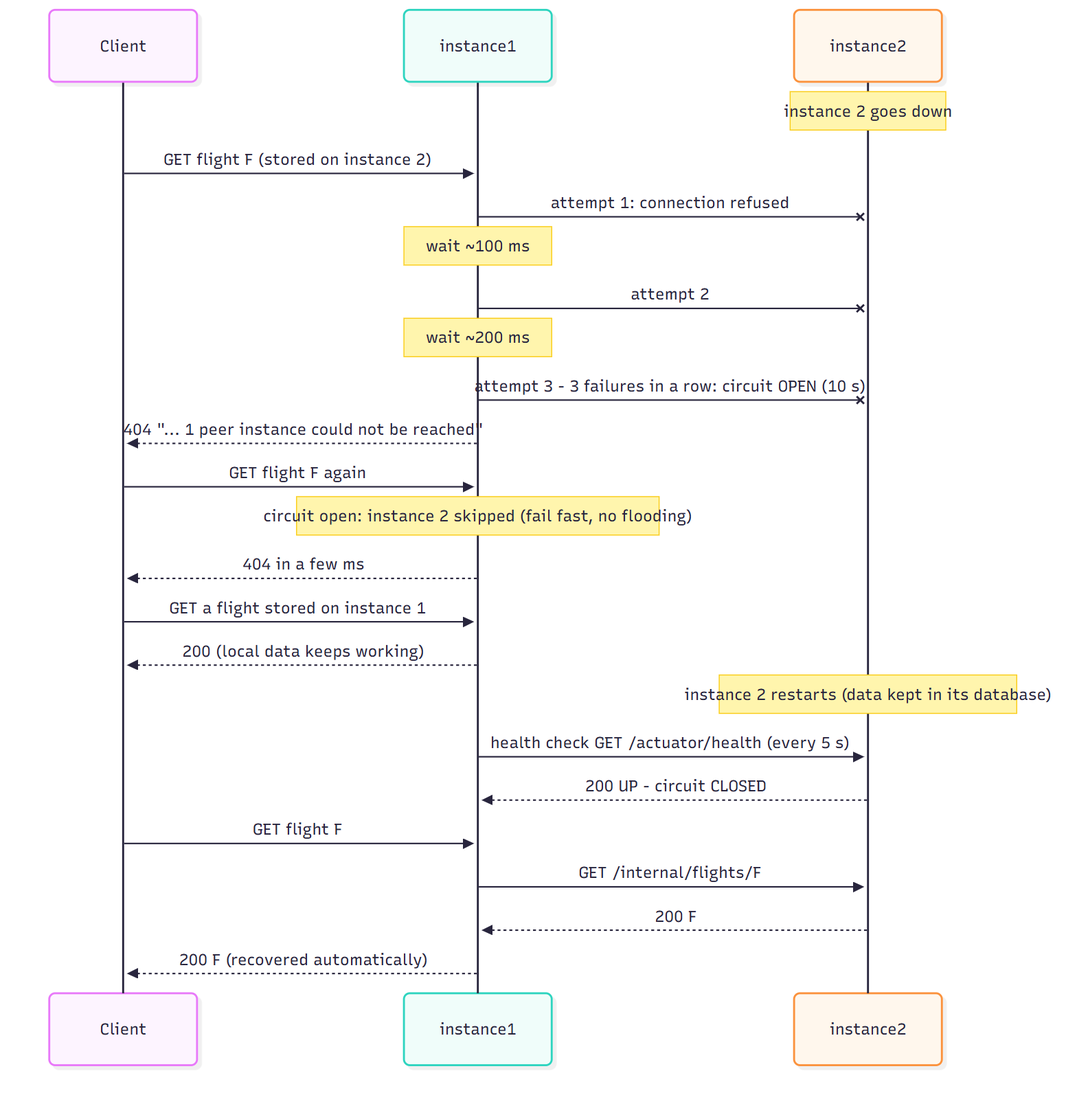
This is docs/diagrams/4-failure-and-recovery.png from ImJay1527/flight-operations-service, a Mermaid export, as it was before one commit. Its source is kept beside it as docs/diagrams/4-failure-and-recovery.mmd.
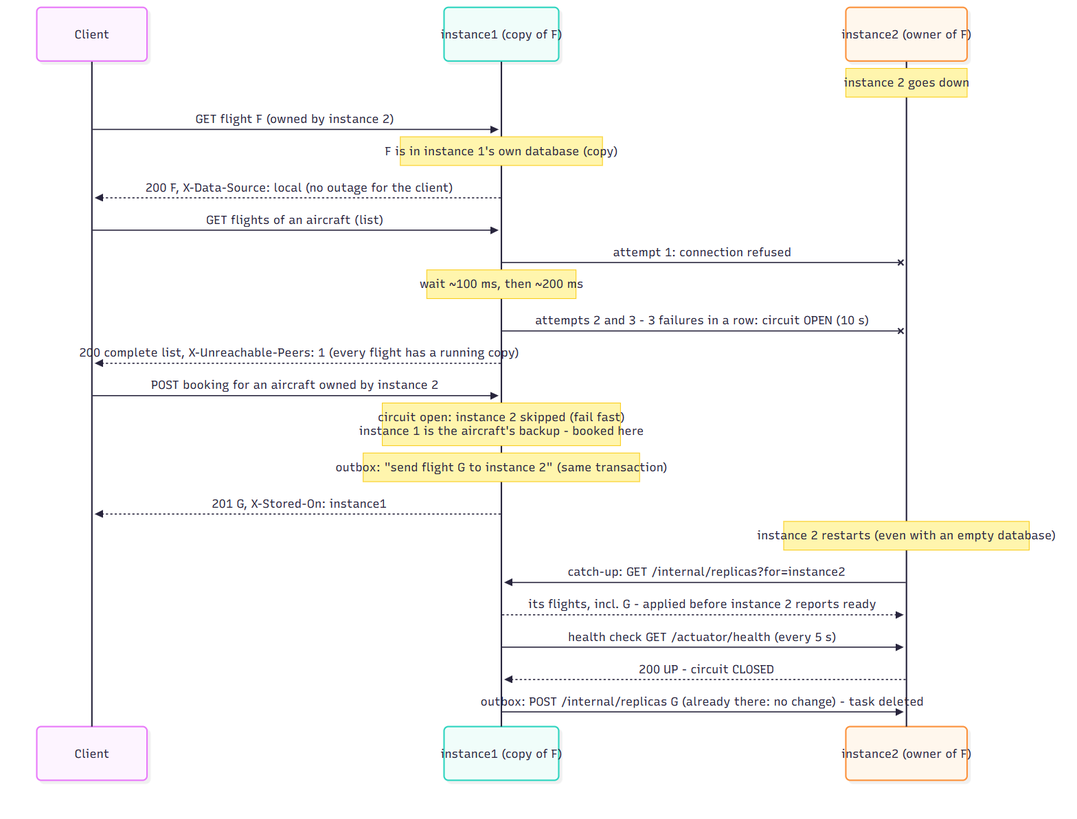
After the commit.

Change to the diagram source:
```diff
@@ -1,25 +1,24 @@
 sequenceDiagram
     participant C as Client
-    participant I1 as instance1
-    participant I2 as instance2
+    participant I1 as instance1 (copy of F)
+    participant I2 as instance2 (owner of F)
 
     Note over I2: instance 2 goes down
-    C->>I1: GET flight F (stored on instance 2)
+    C->>I1: GET flight F (owned by instance 2)
+    Note over I1: F is in instance 1's own database (copy)
+    I1-->>C: 200 F, X-Data-Source: local (no outage for the client)
+    C->>I1: GET flights of an aircraft (list)
     I1-xI2: attempt 1: connection refused
-    Note over I1: wait ~100 ms
-    I1-xI2: attempt 2
-    Note over I1: wait ~200 ms
-    I1-xI2: attempt 3 - 3 failures in a row: circuit OPEN (10 s)
-    I1-->>C: 404 "... 1 peer instance could not be reached"
-    C->>I1: GET flight F again
-    Note over I1: circuit open: instance 2 skipped (fail fast, no flooding)
-    I1-->>C: 404 in a few ms
-    C->>I1: GET a flight stored on instance 1
-    I1-->>C: 200 (local data keeps working)
-    Note over I2: instance 2 restarts (data kept in its database)
+    Note over I1: wait ~100 ms, then ~200 ms
+    I1-xI2: attempts 2 and 3 - 3 failures in a row: circuit OPEN (10 s)
+    I1-->>C: 200 complete list, X-Unreachable-Peers: 1 (every flight has a running copy)
+    C->>I1: POST booking for an aircraft owned by instance 2
+    Note over I1: circuit open: instance 2 skipped (fail fast)<br/>instance 1 is the aircraft's backup - booked here
+    Note over I1: outbox: "send flight G to instance 2" (same transaction)
+    I1-->>C: 201 G, X-Stored-On: instance1
+    Note over I2: instance 2 restarts (even with an empty database)
+    I2->>I1: catch-up: GET /internal/replicas?for=instance2
+    I1-->>I2: its flights, incl. G - applied before instance 2 reports ready
     I1->>I2: health check GET /actuator/health (every 5 s)
     I2-->>I1: 200 UP - circuit CLOSED
-    C->>I1: GET flight F
-    I1->>I2: GET /internal/flights/F
-    I2-->>I1: 200 F
-    I1-->>C: 200 F (recovered automatically)
+    I1->>I2: outbox: POST /internal/replicas G (already there: no change) - task deleted
```
